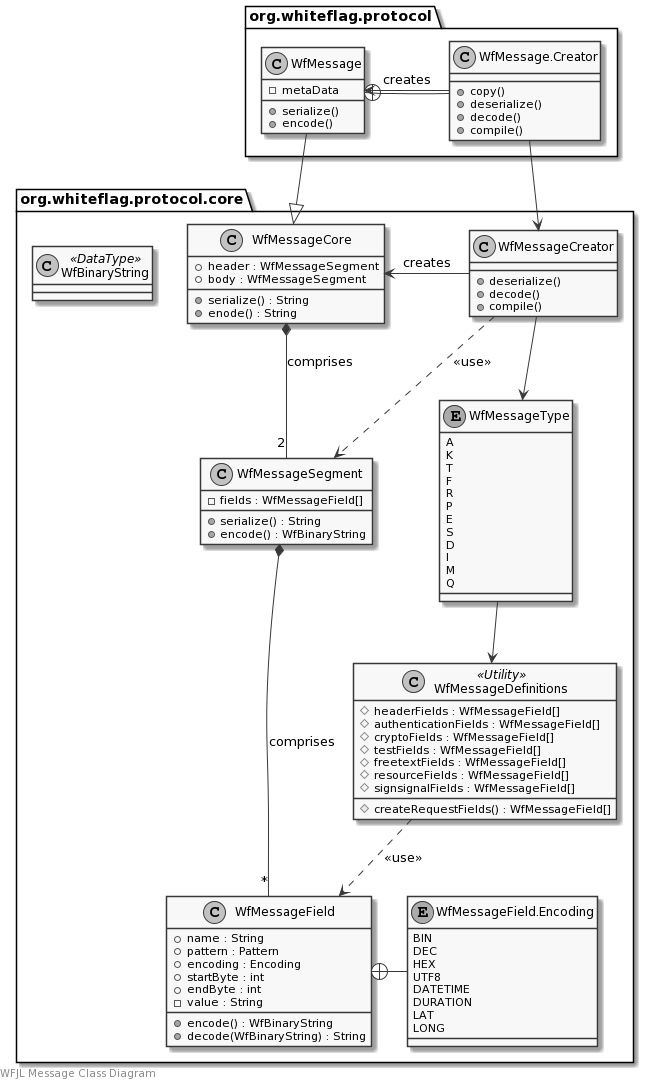
Above: docs/uml/messages.png in WhiteflagProtocol/whiteflag-java (PlantUML), before the change.
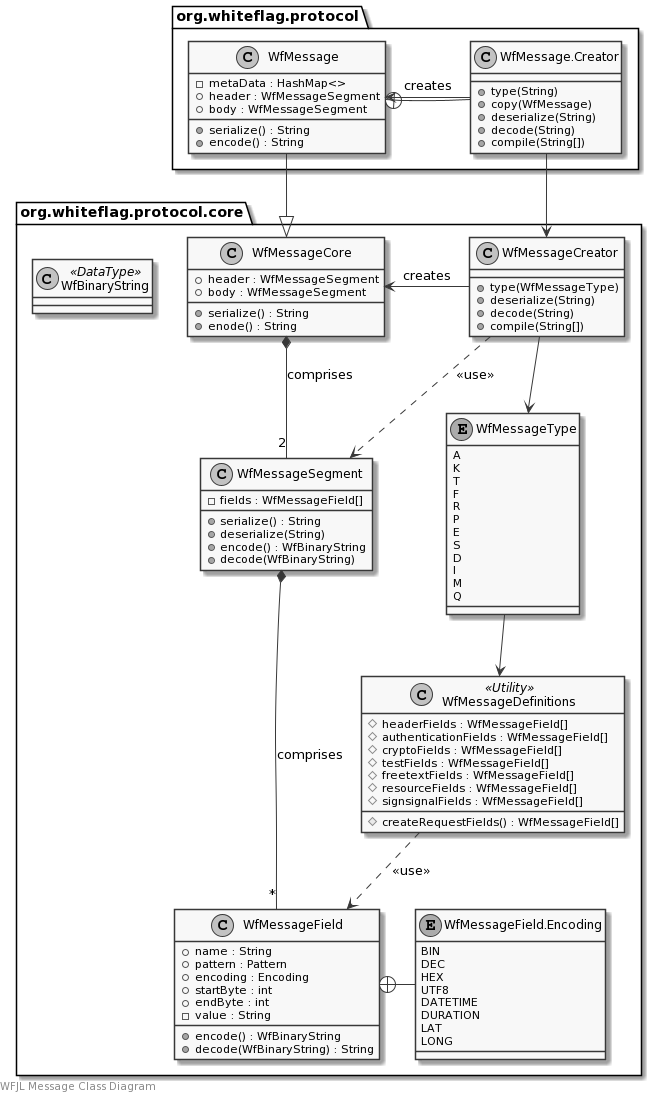
Above is the later version.

What changed in the source:
```diff
@@ -13,7 +13,9 @@
     class WfMessageSegment {
         -fields : WfMessageField[]
         +serialize() : String
+        +deserialize(String)
         +encode() : WfBinaryString
+        +decode(WfBinaryString)
     }
     class WfMessageField {
         +name : String
@@ -36,9 +38,10 @@
         LONG
     }
     class WfMessageCreator {
-        +deserialize()
-        +decode()
-        +compile()
+        +type(WfMessageType)
+        +deserialize(String)
+        +decode(String)
+        +compile(String[])
     }
     enum WfMessageType {
         A
@@ -69,15 +72,18 @@
 
 package org.whiteflag.protocol {
     class WfMessage {
-        -metaData
-        +serialize()
-        +encode()
+        -metaData : HashMap<>
+        +header : WfMessageSegment
+        +body : WfMessageSegment
+        +serialize() : String
+        +encode() : String
     }
     class WfMessage.Creator {
-        +copy()
-        +deserialize()
-        +decode()
-        +compile()
+        +type(String)
+        +copy(WfMessage)
+        +deserialize(String)
+        +decode(String)
+        +compile(String[])
     }
 }
 
```
